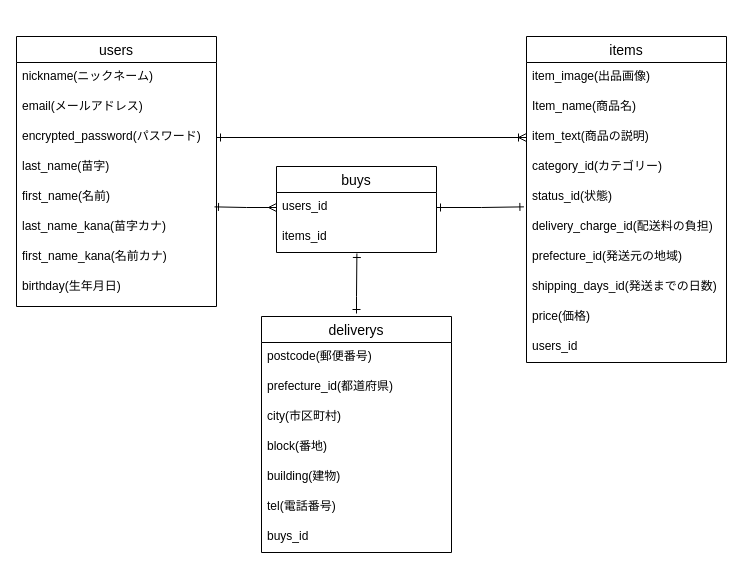
Earlier version of the draw.io diagram er.dio (hiroaki-inori/furima-35425). Source tidied: cells renumbered, new cells numbered last; positions are measured from the earlier drawing's top-left corner, leaving out a move shared by most shapes. Both pictures are drawn from the tidied source at 100%, with x=0, y=0 at pixel (16, 36).
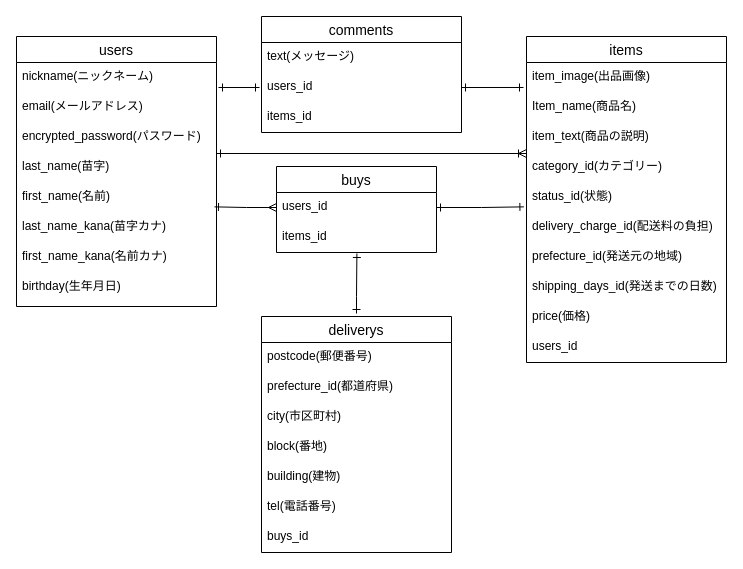
The same diagram, later.

The change refers to these unchanged cells:
```xml
<mxCell id="5" value="encrypted_password(パスワード)" style="text;strokeColor=none;fillColor=none;spacingLeft=4;spacingRight=4;overflow=hidden;points=[[0,0.5],[1,0.5]];portConstraint=eastwest;fontSize=12;" parent="2" vertex="1">
  <mxGeometry y="86" width="200" height="30" as="geometry" />
</mxCell>
<mxCell id="12" value="item_image(出品画像)" style="text;strokeColor=none;fillColor=none;spacingLeft=4;spacingRight=4;overflow=hidden;points=[[0,0.5],[1,0.5]];portConstraint=eastwest;fontSize=12;" parent="11" vertex="1">
  <mxGeometry y="26" width="200" height="30" as="geometry" />
</mxCell>
<mxCell id="14" value="item_text(商品の説明)" style="text;strokeColor=none;fillColor=none;spacingLeft=4;spacingRight=4;overflow=hidden;points=[[0,0.5],[1,0.5]];portConstraint=eastwest;fontSize=12;" parent="11" vertex="1">
  <mxGeometry y="86" width="200" height="30" as="geometry" />
</mxCell>
```

The edit, as a diff of the source:
```diff
@@
-    <mxCell id="31" style="edgeStyle=orthogonalEdgeStyle;rounded=0;jettySize=auto;html=1;exitX=1;exitY=0.5;exitDx=0;exitDy=0;startArrow=ERone;startFill=0;endArrow=ERoneToMany;endFill=0;entryX=0;entryY=0.5;entryDx=0;entryDy=0;" parent="1" edge="1" source="5" target="14">
-      <mxGeometry relative="1" as="geometry" />
+    <mxCell id="31" style="edgeStyle=orthogonalEdgeStyle;rounded=0;orthogonalLoop=1;jettySize=auto;html=1;exitX=1;exitY=0.5;exitDx=0;exitDy=0;startArrow=ERone;startFill=0;endArrow=ERoneToMany;endFill=0;entryX=0;entryY=0.5;entryDx=0;entryDy=0;" parent="1" edge="1">
+      <mxGeometry relative="1" as="geometry">
+        <mxPoint x="200" y="117" as="sourcePoint" />
+        <mxPoint x="510" y="117" as="targetPoint" />
+      </mxGeometry>
     </mxCell>
@@
+    <mxCell id="37" value="comments" style="swimlane;fontStyle=0;horizontal=1;startSize=26;align=center;fontSize=14;" parent="1" vertex="1">
+      <mxGeometry x="245" y="-20" width="200" height="116" as="geometry" />
+    </mxCell>
+    <mxCell id="38" value="text(メッセージ)" style="text;strokeColor=none;fillColor=none;spacingLeft=4;spacingRight=4;overflow=hidden;fontSize=12;" parent="37" vertex="1">
+      <mxGeometry y="26" width="200" height="30" as="geometry" />
+    </mxCell>
+    <mxCell id="39" value="users_id" style="text;strokeColor=none;fillColor=none;spacingLeft=4;spacingRight=4;overflow=hidden;points=[[0,0.5],[1,0.5]];portConstraint=eastwest;fontSize=12;" parent="37" vertex="1">
+      <mxGeometry y="56" width="200" height="30" as="geometry" />
+    </mxCell>
+    <mxCell id="40" value="items_id" style="text;strokeColor=none;fillColor=none;spacingLeft=4;spacingRight=4;overflow=hidden;fontSize=12;" parent="37" vertex="1">
+      <mxGeometry y="86" width="200" height="30" as="geometry" />
+    </mxCell>
+    <mxCell id="41" style="edgeStyle=orthogonalEdgeStyle;rounded=0;orthogonalLoop=1;jettySize=auto;html=1;exitX=0;exitY=0.5;exitDx=0;exitDy=0;entryX=1.02;entryY=-0.167;entryDx=0;entryDy=0;entryPerimeter=0;startArrow=ERone;startFill=0;endArrow=ERone;endFill=0;" parent="1" edge="1">
+      <mxGeometry relative="1" as="geometry">
+        <mxPoint x="243" y="51" as="sourcePoint" />
+        <mxPoint x="202" y="51" as="targetPoint" />
+      </mxGeometry>
+    </mxCell>
+    <mxCell id="42" style="edgeStyle=orthogonalEdgeStyle;rounded=0;jettySize=auto;html=1;exitX=1;exitY=0.5;exitDx=0;exitDy=0;entryX=-0.015;entryY=0.833;entryDx=0;entryDy=0;entryPerimeter=0;startArrow=ERone;startFill=0;endArrow=ERone;endFill=0;" parent="1" edge="1" source="39" target="12">
+      <mxGeometry relative="1" as="geometry" />
+    </mxCell>
```
